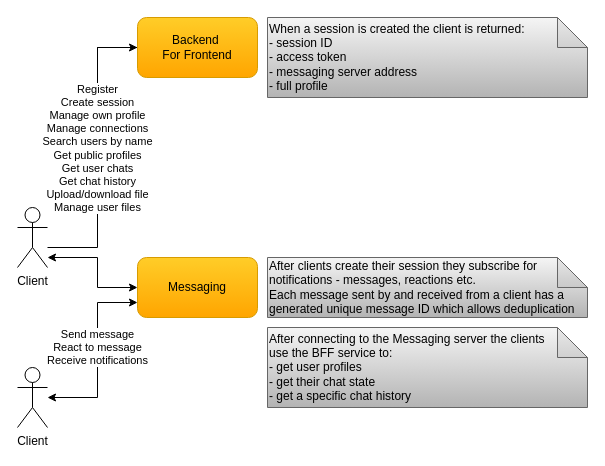
Above: docs/diagrams/cecochat-clients.drawio in cvetomir-todorov/CecoChat (draw.io), before the change. Source tidied: cells renumbered, new cells numbered last; positions are measured from the earlier drawing's top-left corner, leaving out a move shared by most shapes. Both pictures are drawn from the tidied source at 100%, with x=0, y=0 at pixel (17, 17).
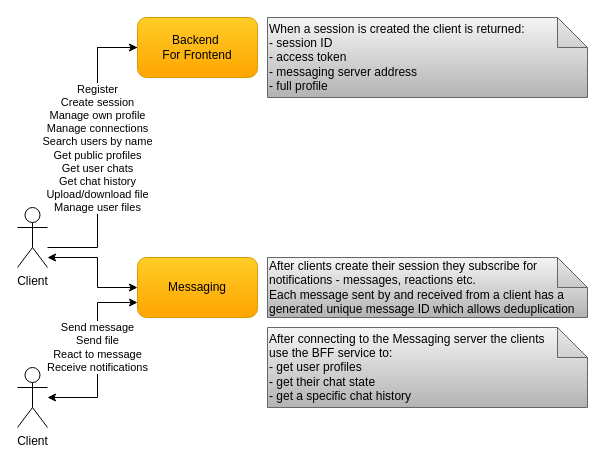
The same page after the edit.

The edit, as a diff of the source:
```diff
@@
 <mxGraphModel>
   <root>
     <mxCell id="0" />
     <mxCell id="1" parent="0" />
     <mxCell id="2" value="When a session is created the client is returned:&lt;br&gt;- session ID&lt;br&gt;- access token&lt;br&gt;- messaging server address&lt;br&gt;- full profile" style="shape=note;whiteSpace=wrap;html=1;backgroundOutline=1;darkOpacity=0.05;align=left;gradientColor=#b3b3b3;fillColor=#f5f5f5;strokeColor=#666666;" parent="1" vertex="1">
       <mxGeometry x="250" width="320" height="80" as="geometry" />
     </mxCell>
     <mxCell id="3" value="After clients create their session they&amp;nbsp;subscribe for notifications - messages, reactions etc.&lt;br&gt;Each message sent by and received from a client has a generated unique message ID which allows deduplication" style="shape=note;whiteSpace=wrap;html=1;backgroundOutline=1;darkOpacity=0.05;align=left;gradientColor=#b3b3b3;fillColor=#f5f5f5;strokeColor=#666666;" parent="1" vertex="1">
       <mxGeometry x="250" y="240" width="320" height="60" as="geometry" />
     </mxCell>
     <mxCell id="4" style="edgeStyle=orthogonalEdgeStyle;rounded=0;jettySize=auto;html=1;entryX=0;entryY=0.5;entryDx=0;entryDy=0;startArrow=classic;startFill=1;" parent="1" edge="1" source="6" target="9">
       <mxGeometry relative="1" as="geometry">
         <Array as="points">
           <mxPoint x="80" y="240" />
           <mxPoint x="80" y="270" />
         </Array>
       </mxGeometry>
     </mxCell>
     <mxCell id="5" style="edgeStyle=orthogonalEdgeStyle;rounded=0;jettySize=auto;html=1;entryX=0;entryY=0.5;entryDx=0;entryDy=0;" parent="1" edge="1" source="12">
       <mxGeometry relative="1" as="geometry">
         <mxPoint x="170" y="30" as="targetPoint" />
         <Array as="points">
           <mxPoint x="80" y="30" />
         </Array>
       </mxGeometry>
     </mxCell>
     <mxCell id="6" value="Client" style="shape=umlActor;verticalLabelPosition=bottom;verticalAlign=top;html=1;outlineConnect=0;" parent="1" vertex="1">
       <mxGeometry y="190" width="30" height="60" as="geometry" />
     </mxCell>
-    <mxCell id="7" value="Send message&lt;br&gt;React to message&lt;br&gt;Receive notifications" style="edgeStyle=orthogonalEdgeStyle;rounded=0;jettySize=auto;html=1;entryX=0;entryY=0.75;entryDx=0;entryDy=0;startArrow=classic;startFill=1;" parent="1" edge="1" source="8" target="9">
+    <mxCell id="7" value="Send message&lt;br&gt;Send file&lt;br&gt;React to message&lt;br&gt;Receive notifications" style="edgeStyle=orthogonalEdgeStyle;rounded=0;jettySize=auto;html=1;entryX=0;entryY=0.75;entryDx=0;entryDy=0;startArrow=classic;startFill=1;" parent="1" edge="1" source="8" target="9">
       <mxGeometry x="0.08" relative="1" as="geometry">
         <Array as="points">
           <mxPoint x="80" y="380" />
           <mxPoint x="80" y="285" />
         </Array>
       </mxGeometry>
     </mxCell>
     <mxCell id="8" value="Client" style="shape=umlActor;verticalLabelPosition=bottom;verticalAlign=top;html=1;outlineConnect=0;" parent="1" vertex="1">
       <mxGeometry y="350" width="30" height="60" as="geometry" />
     </mxCell>
     <mxCell id="9" value="&lt;font style=&quot;font-size: 12px&quot;&gt;Messaging&lt;/font&gt;" style="rounded=1;whiteSpace=wrap;html=1;gradientColor=#ffa500;fillColor=#ffcd28;strokeColor=#d79b00;" parent="1" vertex="1">
       <mxGeometry x="120" y="240" width="120" height="60" as="geometry" />
     </mxCell>
     <mxCell id="10" value="After connecting to the Messaging server the clients&lt;br&gt;use the BFF service to:&lt;br&gt;- get user profiles&lt;br&gt;- get their chat state&lt;br&gt;- get a specific chat history" style="shape=note;whiteSpace=wrap;html=1;backgroundOutline=1;darkOpacity=0.05;align=left;gradientColor=#b3b3b3;fillColor=#f5f5f5;strokeColor=#666666;" parent="1" vertex="1">
       <mxGeometry x="250" y="310" width="320" height="80" as="geometry" />
     </mxCell>
     <mxCell id="11" value="Register&lt;br style=&quot;border-color: var(--border-color);&quot;&gt;Create session&lt;br style=&quot;border-color: var(--border-color);&quot;&gt;Manage own&amp;nbsp;profile&lt;br style=&quot;border-color: var(--border-color);&quot;&gt;Manage connections&lt;br&gt;Search users by name&lt;br style=&quot;border-color: var(--border-color);&quot;&gt;Get public profiles&lt;br style=&quot;border-color: var(--border-color);&quot;&gt;Get user chats&lt;br style=&quot;border-color: var(--border-color);&quot;&gt;Get chat history&lt;br style=&quot;border-color: var(--border-color);&quot;&gt;Upload/download file&lt;br style=&quot;border-color: var(--border-color);&quot;&gt;Manage user files" style="edgeStyle=orthogonalEdgeStyle;rounded=0;jettySize=auto;html=1;entryX=0;entryY=0.5;entryDx=0;entryDy=0;" parent="1" edge="1" source="6" target="12">
       <mxGeometry x="0.03" relative="1" as="geometry">
         <Array as="points">
           <mxPoint x="80" y="230" />
         </Array>
       </mxGeometry>
     </mxCell>
     <mxCell id="12" value="&lt;font style=&quot;font-size: 12px&quot;&gt;Backend&amp;nbsp;&lt;br&gt;For Frontend&lt;/font&gt;" style="rounded=1;whiteSpace=wrap;html=1;gradientColor=#ffa500;fillColor=#ffcd28;strokeColor=#d79b00;" parent="1" vertex="1">
       <mxGeometry x="120" width="120" height="60" as="geometry" />
     </mxCell>
   </root>
 </mxGraphModel>
```
